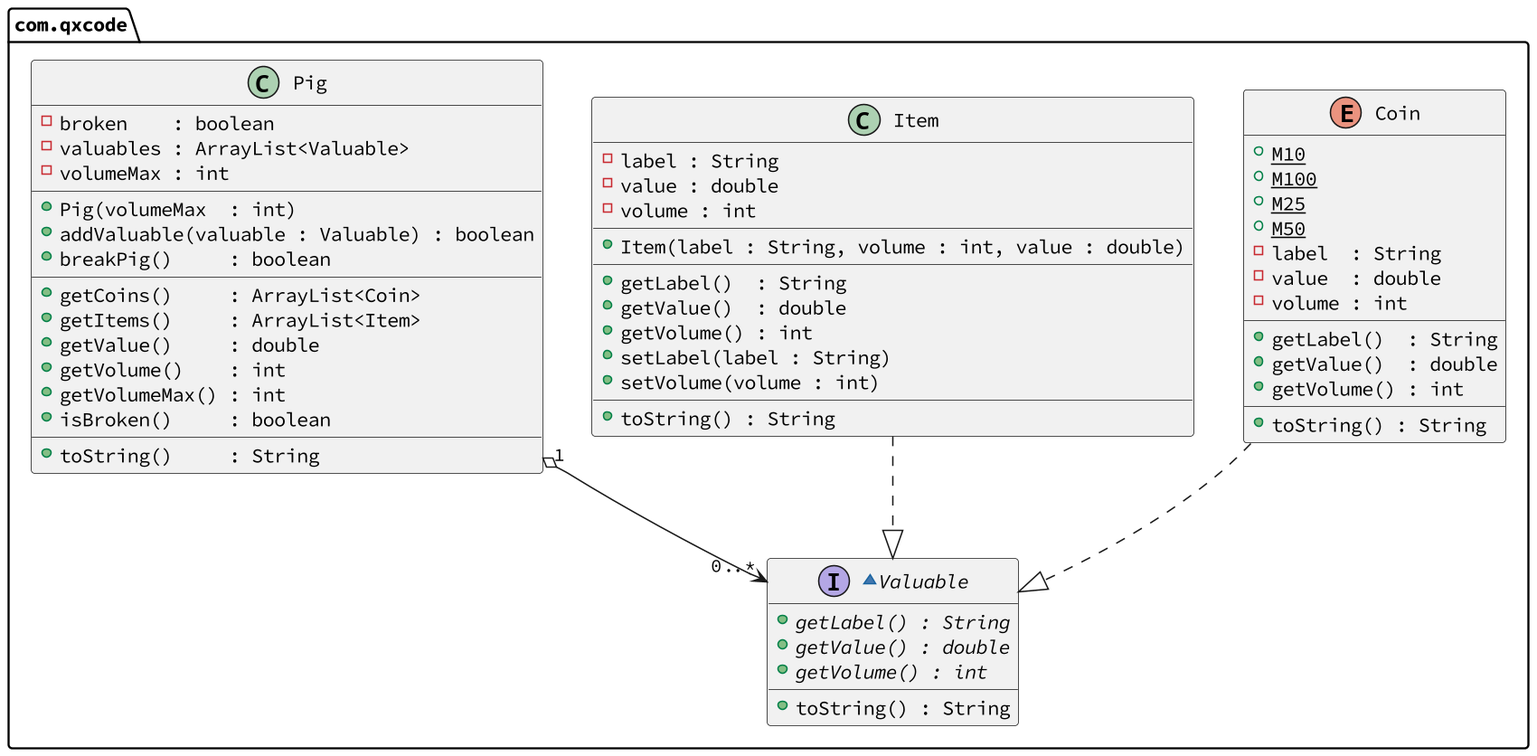
Before: base/043/diagrama.png, a diagram exported from PlantUML (qxcodepoo/arcade).
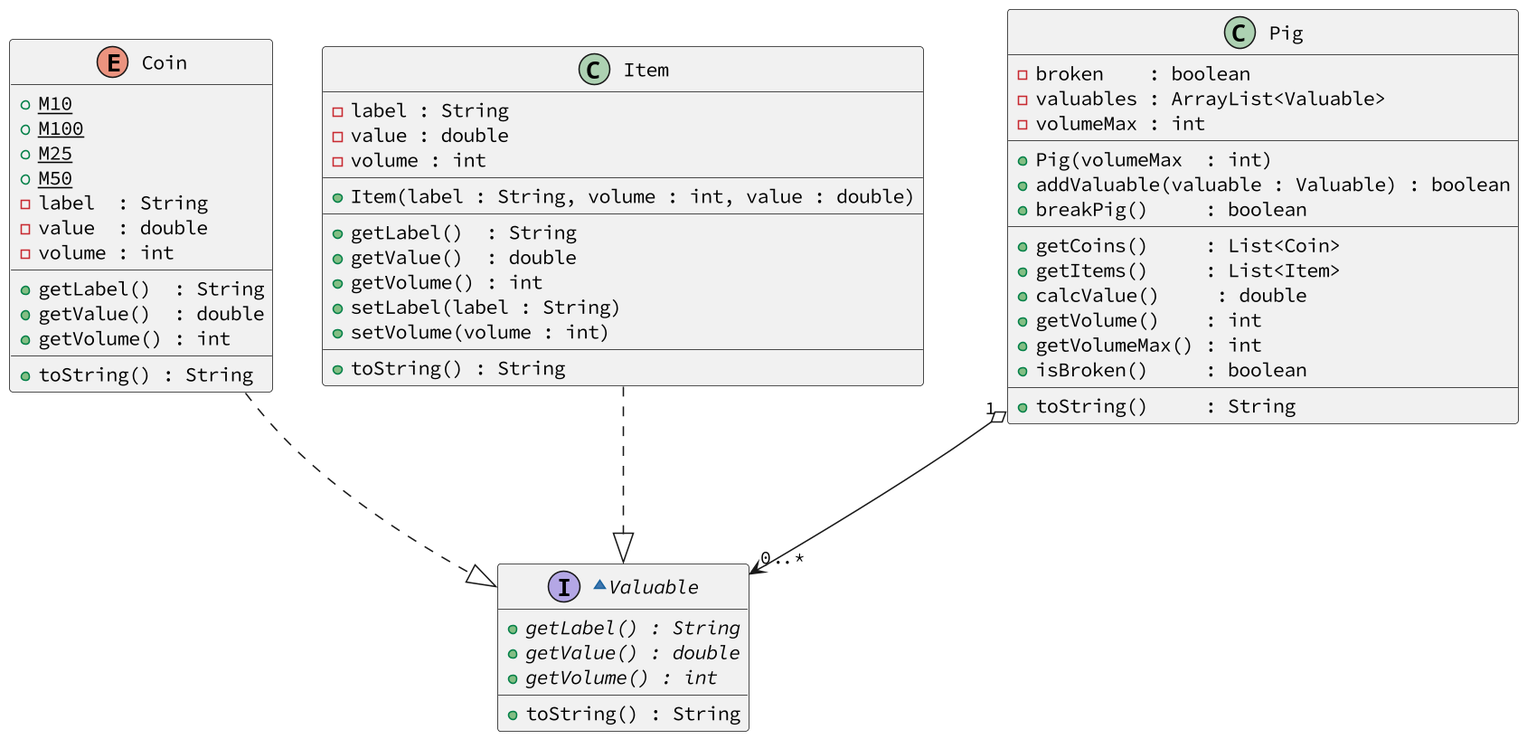
Later version of the same file.

Diff of the diagram source:
```diff
@@ -1,68 +1,60 @@
 @startuml
-
 skinparam defaultFontName Hasklig
 skinparam dpi 150
-
-package com.qxcode {
-  ~interface Valuable {
-    + getLabel() : String {abstract}
-    + getValue() : double {abstract}
-    + getVolume() : int {abstract}
-    __
-    + toString() : String
-  }
-
-  enum Coin {
-    + M10 {static}
-    + M100 {static}
-    + M25 {static}
-    + M50 {static}
-    - label  : String
-    - value  : double
-    - volume : int
-    __
-    + getLabel()  : String
-    + getValue()  : double
-    + getVolume() : int
-    __
-    + toString() : String
-  }
-
-  class Item {
-    - label : String
-    - value : double
-    - volume : int
-    __
-    + Item(label : String, volume : int, value : double)
-    __
-    + getLabel()  : String
-    + getValue()  : double
-    + getVolume() : int
-    + setLabel(label : String)
-    + setVolume(volume : int)
-    __
-    + toString() : String
-  }
-
-  class Pig {
-    - broken    : boolean
-    - valuables : ArrayList<Valuable>
-    - volumeMax : int
-    __
-    + Pig(volumeMax  : int)
-    + addValuable(valuable : Valuable) : boolean
-    + breakPig()     : boolean
-    __
-    + getCoins()     : ArrayList<Coin>
-    + getItems()     : ArrayList<Item>
-    + getValue()     : double
-    + getVolume()    : int
-    + getVolumeMax() : int
-    + isBroken()     : boolean
-    __
-    + toString()     : String
-  }
-
+~interface Valuable {
+  + getLabel() : String {abstract}
+  + getValue() : double {abstract}
+  + getVolume() : int {abstract}
+  __
+  + toString() : String
+}
+enum Coin {
+  + M10 {static}
+  + M100 {static}
+  + M25 {static}
+  + M50 {static}
+  - label  : String
+  - value  : double
+  - volume : int
+  __
+  + getLabel()  : String
+  + getValue()  : double
+  + getVolume() : int
+  __
+  + toString() : String
+}
+class Item {
+  - label : String
+  - value : double
+  - volume : int
+  __
+  + Item(label : String, volume : int, value : double)
+  __
+  + getLabel()  : String
+  + getValue()  : double
+  + getVolume() : int
+  + setLabel(label : String)
+  + setVolume(volume : int)
+  __
+  + toString() : String
+}
+class Pig {
+  - broken    : boolean
+  - valuables : ArrayList<Valuable>
+  - volumeMax : int
+  __
+  + Pig(volumeMax  : int)
+  + addValuable(valuable : Valuable) : boolean
+  + breakPig()     : boolean
+  __
+  + getCoins()     : List<Coin>
+  + getItems()     : List<Item>
+  + calcValue()     : double
+  + getVolume()    : int
+  + getVolumeMax() : int
+  + isBroken()     : boolean
+  __
+  + toString()     : String
 }
 Pig "1" o--> "0..*" Valuable
 Coin ..|> Valuable
```
